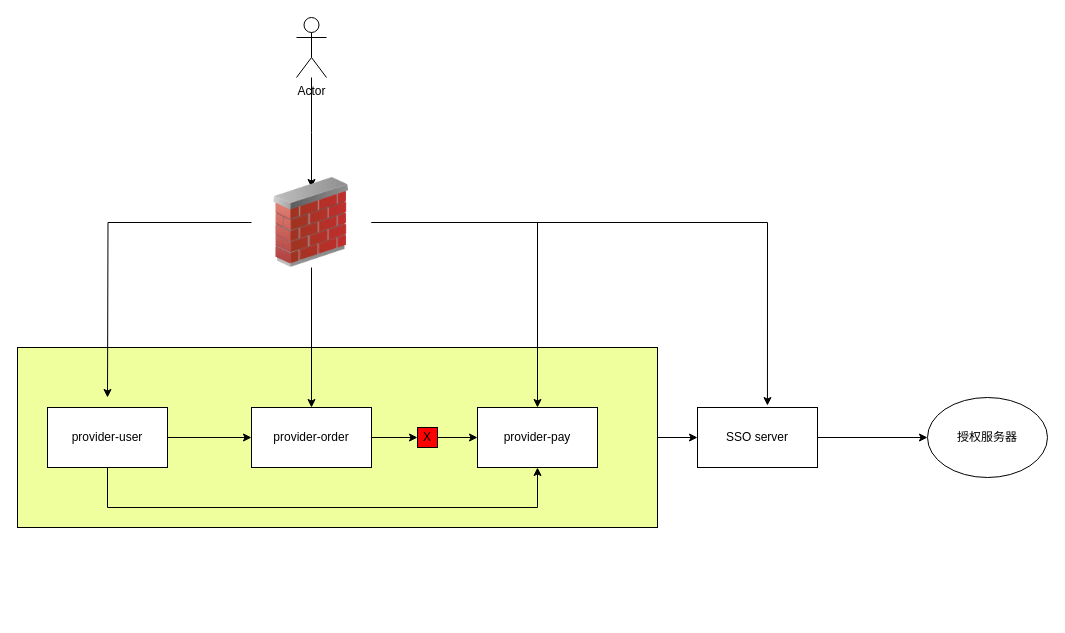
Earlier version of the draw.io diagram auth-micro/微服务认证下的总体架构.drawio (wanlinMa-163/uml). Source tidied: cells renumbered, new cells numbered last; positions are measured from the earlier drawing's top-left corner, leaving out a move shared by most shapes. Both pictures are drawn from the tidied source at 100%, with x=0, y=0 at pixel (17, 17).
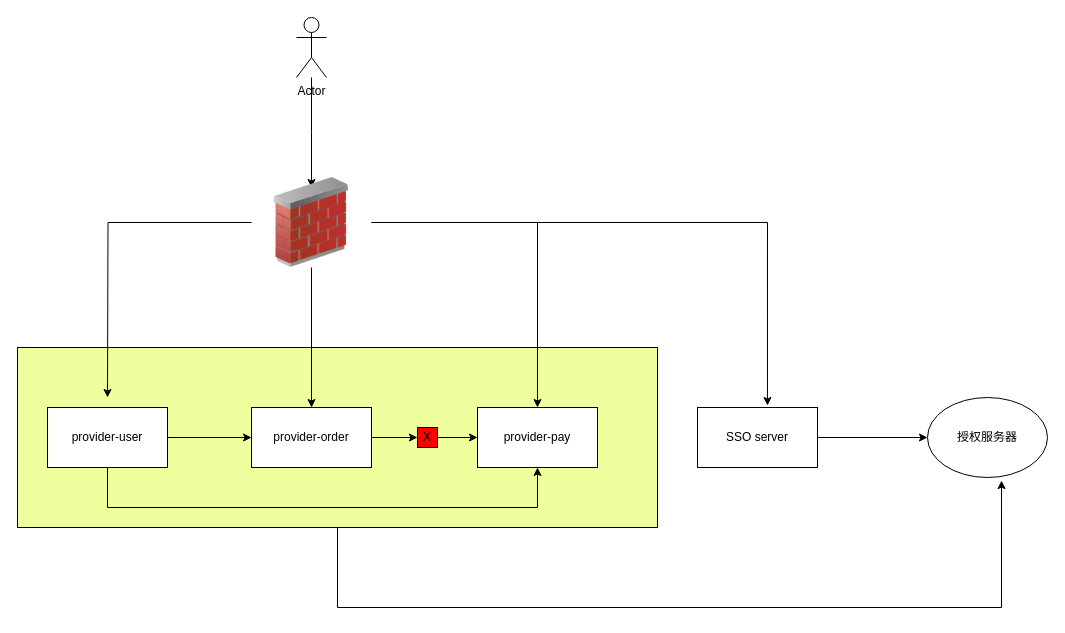
Above is the later version.

Commit message (it also covers changes not shown here):
Update 微服务认证下的总体架构.drawio

The change refers to these unchanged cells:
```xml
<mxCell id="3" style="rounded=0;whiteSpace=wrap;html=1;fillColor=#EFFF9E;" parent="1" vertex="1">
  <mxGeometry y="330" width="640" height="180" as="geometry" />
</mxCell>
<mxCell id="17" value="授权服务器" style="ellipse;whiteSpace=wrap;html=1;" parent="1" vertex="1">
  <mxGeometry x="910" y="380" width="120" height="80" as="geometry" />
</mxCell>
<mxCell id="19" value="SSO server" style="rounded=0;whiteSpace=wrap;html=1;" parent="1" vertex="1">
  <mxGeometry x="680" y="390" width="120" height="60" as="geometry" />
</mxCell>
```

What changed in the source:
```diff
@@
-    <mxCell id="2" style="edgeStyle=orthogonalEdgeStyle;rounded=0;jettySize=auto;html=1;exitX=1;exitY=0.5;exitDx=0;exitDy=0;entryX=0;entryY=0.5;entryDx=0;entryDy=0;" parent="1" edge="1" source="3" target="19">
-      <mxGeometry relative="1" as="geometry" />
-    </mxCell>
+    <mxCell id="22" style="edgeStyle=orthogonalEdgeStyle;rounded=0;jettySize=auto;html=1;entryX=0.617;entryY=1.038;entryDx=0;entryDy=0;entryPerimeter=0;" parent="1" edge="1" source="3" target="17">
+      <mxGeometry relative="1" as="geometry">
+        <Array as="points">
+          <mxPoint x="320" y="590" />
+          <mxPoint x="984" y="590" />
+        </Array>
+      </mxGeometry>
+    </mxCell>
```
